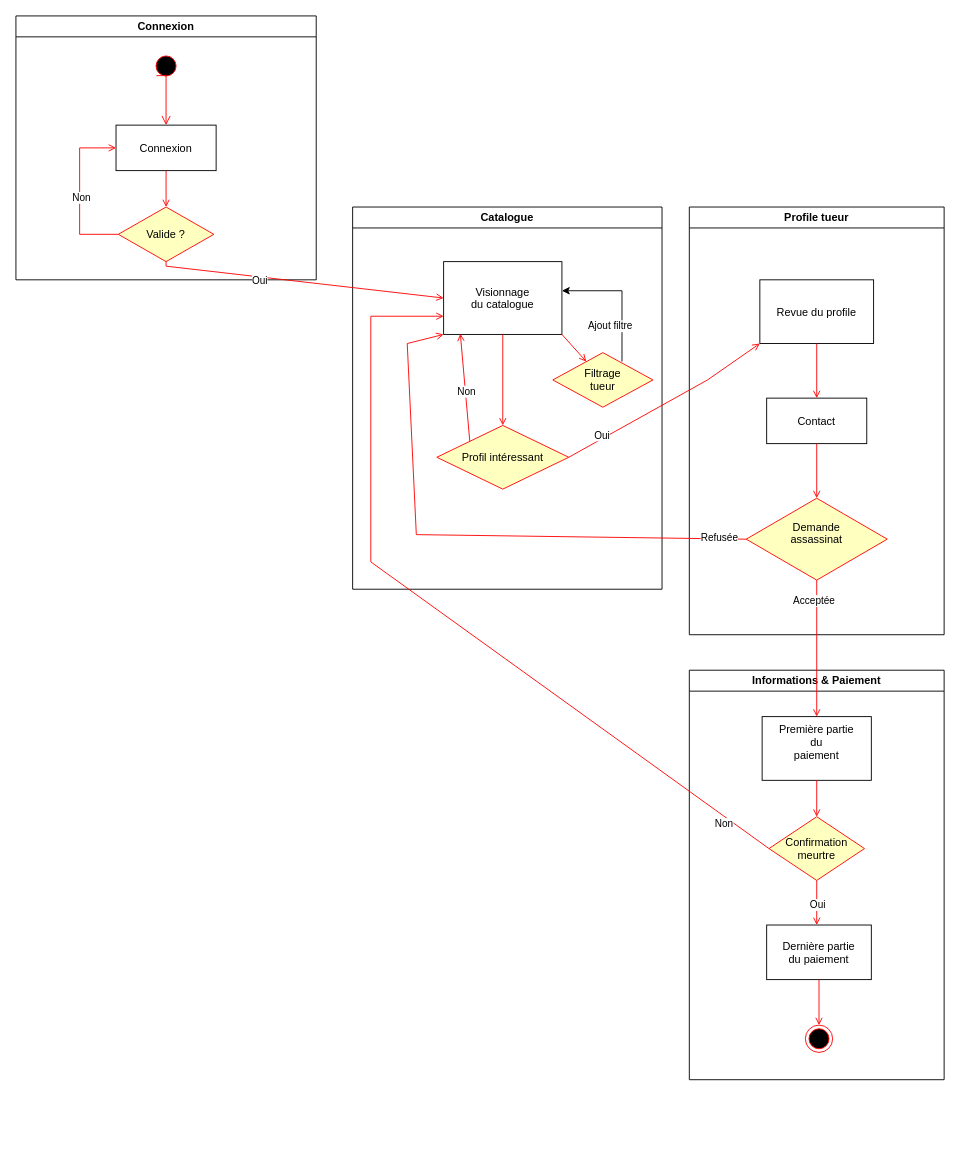
This is page "Diagramme d'activité" (2 of 3) of Diagrams.drawio from Inebhis/uml-project, a draw.io file, before an edit. Source tidied: cells renumbered, new cells numbered last; positions are measured from the earlier drawing's top-left corner, leaving out a move shared by most shapes. Both pictures are drawn from the tidied source at 91%, with x=0, y=0 at pixel (15, 15).
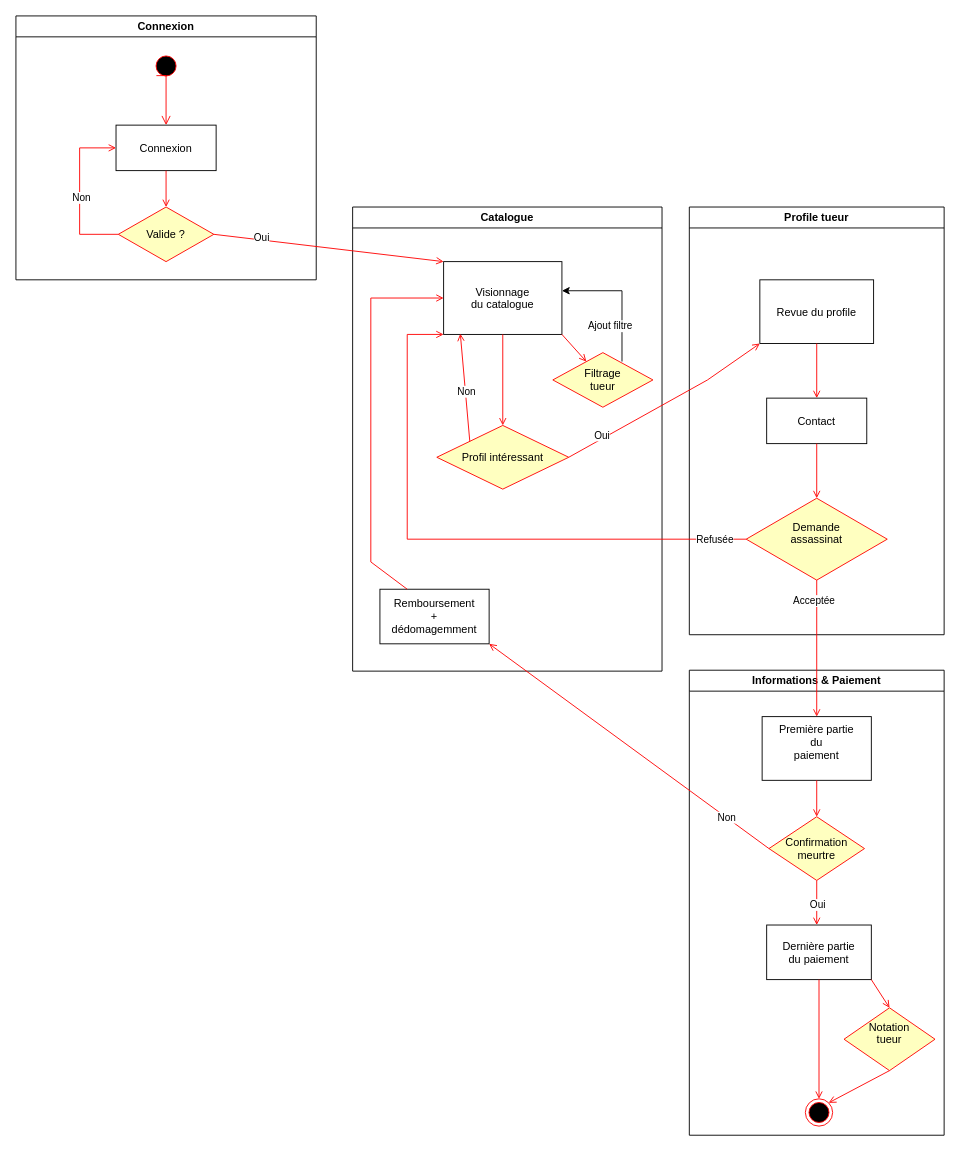
After the change.

The change refers to these unchanged cells:
```xml
<mxCell id="9" value="Valide ?" style="rhombus;fillColor=#ffffc0;strokeColor=#ff0000;" parent="2" vertex="1">
  <mxGeometry x="112.5" y="210" width="105" height="60" as="geometry" />
</mxCell>
<mxCell id="11" value="Visionnage&#10;du catalogue" parent="10" vertex="1">
  <mxGeometry x="100" y="60" width="130" height="80" as="geometry" />
</mxCell>
<mxCell id="25" value="Demande&#10;assassinat&#10;" style="rhombus;fillColor=#ffffc0;strokeColor=#ff0000;" parent="20" vertex="1">
  <mxGeometry x="62.5" y="320" width="155" height="90" as="geometry" />
</mxCell>
<mxCell id="33" value="Dernière partie&#10;du paiement" parent="32" vertex="1">
  <mxGeometry x="85" y="280" width="115" height="60" as="geometry" />
</mxCell>
<mxCell id="40" value="Confirmation&#10;meurtre" style="rhombus;fillColor=#ffffc0;strokeColor=#ff0000;" parent="32" vertex="1">
  <mxGeometry x="87.5" y="161" width="105" height="70" as="geometry" />
</mxCell>
```

Diff of the diagram source:
```diff
@@
     <mxCell id="10" value="Catalogue" style="swimlane;whiteSpace=wrap;" parent="1" vertex="1">
-      <mxGeometry x="370" y="210" width="340" height="420" as="geometry" />
+      <mxGeometry x="370" y="210" width="340" height="510" as="geometry" />
     </mxCell>
@@
+    <mxCell id="45" value="Remboursement&lt;br&gt;+&lt;br&gt;&lt;div&gt;dédomagemment&lt;/div&gt;" style="rounded=0;whiteSpace=wrap;html=1;" parent="10" vertex="1">
+      <mxGeometry x="30" y="420" width="120" height="60" as="geometry" />
+    </mxCell>
+    <mxCell id="43" style="endArrow=open;strokeColor=#FF0000;endFill=1;rounded=0;exitX=0.25;exitY=0;exitDx=0;exitDy=0;entryX=0;entryY=0.5;entryDx=0;entryDy=0;" parent="10" edge="1" source="45" target="11">
+      <mxGeometry relative="1" as="geometry">
+        <Array as="points">
+          <mxPoint x="20" y="390" />
+          <mxPoint x="20" y="100" />
+        </Array>
+      </mxGeometry>
+    </mxCell>
@@
-    <mxCell id="26" style="endArrow=open;strokeColor=#FF0000;endFill=1;rounded=0;exitX=0.5;exitY=1;exitDx=0;exitDy=0;entryX=0;entryY=0.5;entryDx=0;entryDy=0;" parent="1" edge="1" source="9" target="11">
-      <mxGeometry relative="1" as="geometry">
-        <Array as="points">
-          <mxPoint x="165" y="275" />
-        </Array>
-      </mxGeometry>
+    <mxCell id="26" style="endArrow=open;strokeColor=#FF0000;endFill=1;rounded=0;exitX=1;exitY=0.5;exitDx=0;exitDy=0;entryX=0;entryY=0;entryDx=0;entryDy=0;" parent="1" edge="1" source="9" target="11">
+      <mxGeometry relative="1" as="geometry" />
     </mxCell>
     <mxCell id="27" value="Oui" style="edgeLabel;html=1;align=center;verticalAlign=middle;" parent="26" vertex="1">
       <mxGeometry x="-0.1" y="-2" relative="1" as="geometry">
-        <mxPoint x="-31" y="-2" as="offset" />
+        <mxPoint x="-60.6" y="-12.4" as="offset" />
       </mxGeometry>
     </mxCell>
@@
     <mxCell id="30" style="endArrow=open;strokeColor=#FF0000;endFill=1;rounded=0;exitX=0;exitY=0.5;exitDx=0;exitDy=0;entryX=0;entryY=1;entryDx=0;entryDy=0;" parent="1" edge="1" source="25" target="11">
       <mxGeometry relative="1" as="geometry">
         <Array as="points">
-          <mxPoint x="440" y="570" />
-          <mxPoint x="430" y="360" />
+          <mxPoint x="430" y="575" />
+          <mxPoint x="430" y="350" />
         </Array>
       </mxGeometry>
     </mxCell>
@@
     <mxCell id="32" value="Informations &amp; Paiement" style="swimlane;whiteSpace=wrap;" parent="1" vertex="1">
-      <mxGeometry x="740" y="719" width="280" height="450" as="geometry" />
+      <mxGeometry x="740" y="719" width="280" height="511" as="geometry" />
     </mxCell>
@@
     <mxCell id="34" style="ellipse;shape=endState;fillColor=#000000;strokeColor=#ff0000;" parent="32" vertex="1">
-      <mxGeometry x="127.5" y="390" width="30" height="30" as="geometry" />
+      <mxGeometry x="127.5" y="471" width="30" height="30" as="geometry" />
     </mxCell>
@@
+    <mxCell id="46" value="Notation&#10;tueur&#10;" style="rhombus;fillColor=#ffffc0;strokeColor=#ff0000;" parent="32" vertex="1">
+      <mxGeometry x="170" y="371" width="100" height="69" as="geometry" />
+    </mxCell>
+    <mxCell id="47" style="endArrow=open;strokeColor=#FF0000;endFill=1;rounded=0;entryX=0.5;entryY=0;entryDx=0;entryDy=0;exitX=1;exitY=1;exitDx=0;exitDy=0;" parent="32" edge="1" source="33" target="46">
+      <mxGeometry relative="1" as="geometry" />
+    </mxCell>
+    <mxCell id="48" style="endArrow=open;strokeColor=#FF0000;endFill=1;rounded=0;entryX=1;entryY=0;entryDx=0;entryDy=0;exitX=0.5;exitY=1;exitDx=0;exitDy=0;" parent="32" edge="1" source="46" target="34">
+      <mxGeometry relative="1" as="geometry" />
+    </mxCell>
@@
-    <mxCell id="43" style="endArrow=open;strokeColor=#FF0000;endFill=1;rounded=0;exitX=0;exitY=0.5;exitDx=0;exitDy=0;entryX=0;entryY=0.75;entryDx=0;entryDy=0;" parent="1" edge="1" source="40" target="11">
-      <mxGeometry relative="1" as="geometry">
-        <Array as="points">
-          <mxPoint x="390" y="600" />
-          <mxPoint x="390" y="330" />
-        </Array>
-      </mxGeometry>
-    </mxCell>
+    <mxCell id="49" style="endArrow=open;strokeColor=#FF0000;endFill=1;rounded=0;entryX=1;entryY=1;entryDx=0;entryDy=0;exitX=0;exitY=0.5;exitDx=0;exitDy=0;" parent="1" edge="1" source="40" target="45">
+      <mxGeometry relative="1" as="geometry" />
+    </mxCell>
-    <mxCell id="44" value="Non" style="edgeLabel;html=1;align=center;verticalAlign=middle;" parent="43" vertex="1">
-      <mxGeometry x="-0.28" y="1" relative="1" as="geometry">
-        <mxPoint x="210.4" y="158.3" as="offset" />
+    <mxCell id="44" value="Non" style="edgeLabel;html=1;align=center;verticalAlign=middle;" parent="49" vertex="1">
+      <mxGeometry x="-0.8" relative="1" as="geometry">
+        <mxPoint x="-16.4" y="-12.2" as="offset" />
       </mxGeometry>
     </mxCell>
```
